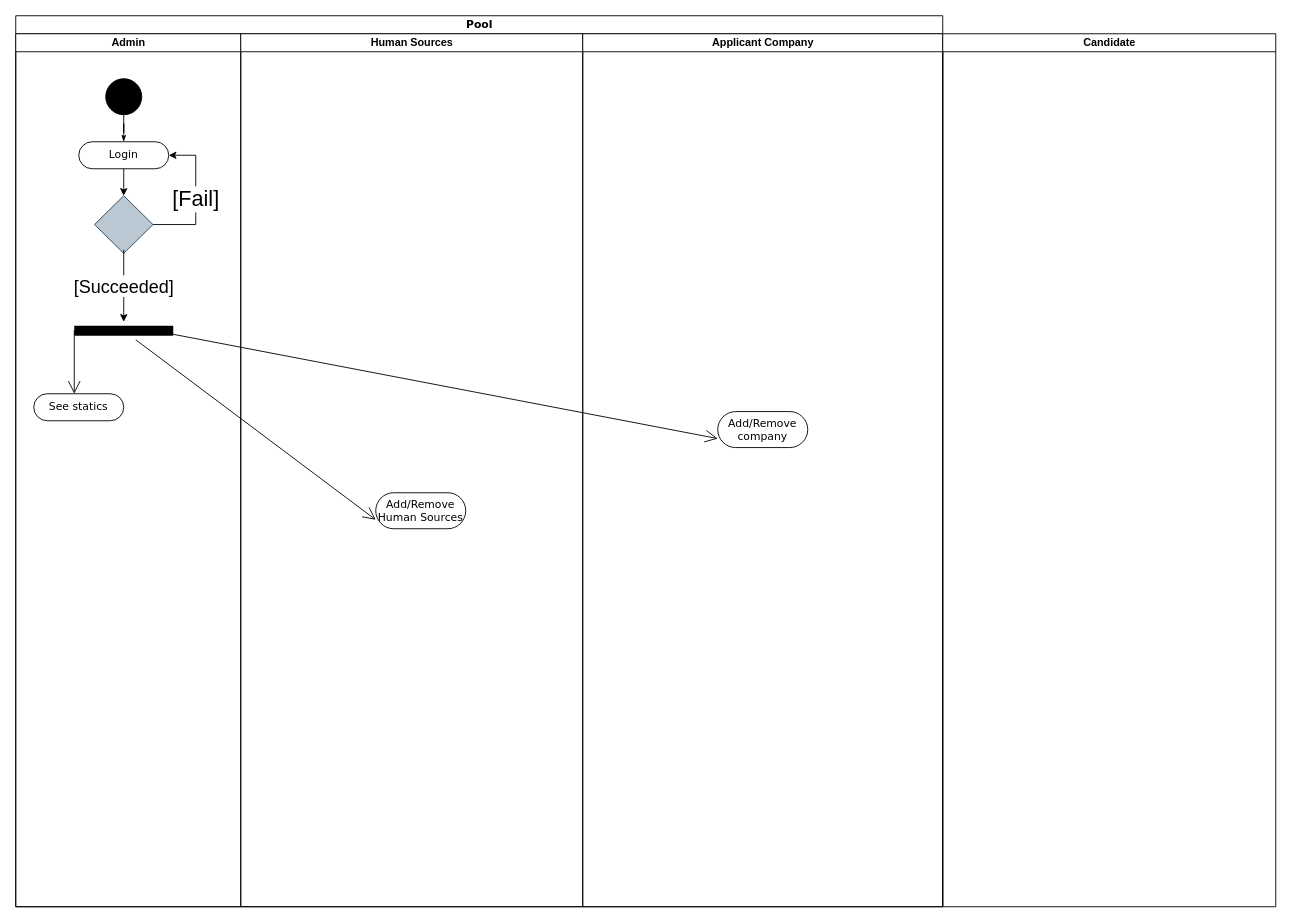
The draw.io diagram Unnecessary/Admin.drawio in sglbl/CSE-101, before the edit. Source tidied: cells renumbered, new cells numbered last; positions are measured from the earlier drawing's top-left corner, leaving out a move shared by most shapes. Both pictures are drawn from the tidied source at 90%, with x=0, y=0 at pixel (15, 15).
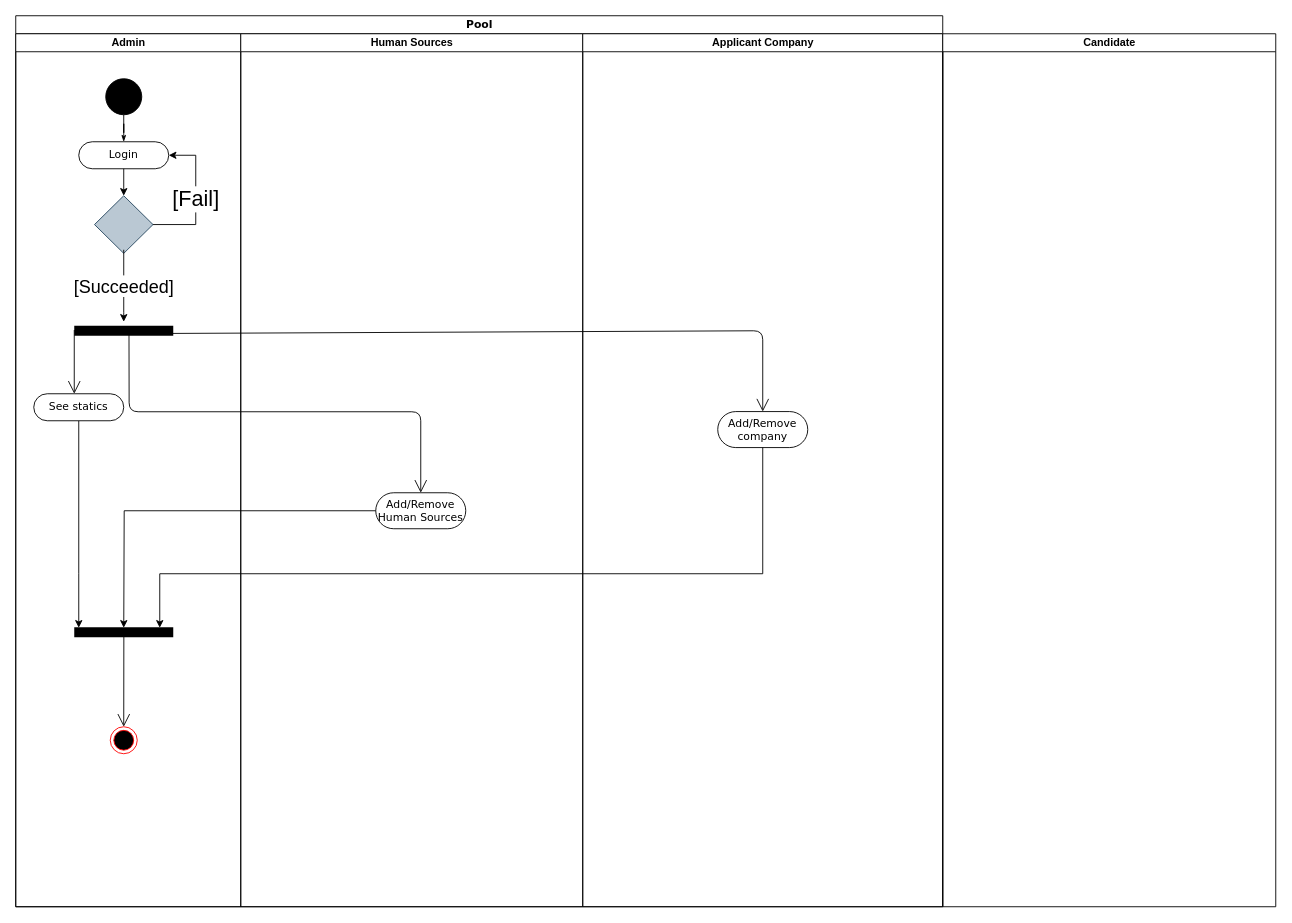
Above is the later version.

Unchanged cells that the change refers to:
```xml
<mxCell id="2" value="Pool" style="swimlane;html=1;startSize=20;rounded=0;shadow=0;comic=0;labelBackgroundColor=none;strokeWidth=1;fontFamily=Verdana;fontSize=12;align=center;" parent="1" vertex="1">
  <mxGeometry width="1030" height="990" as="geometry" />
</mxCell>
<mxCell id="3" value="Admin" style="swimlane;html=1;startSize=20;" parent="2" vertex="1">
  <mxGeometry y="20" width="250" height="970" as="geometry" />
</mxCell>
<mxCell id="9" style="line;strokeWidth=11;fillColor=none;align=left;verticalAlign=middle;spacingTop=-1;spacingLeft=3;spacingRight=3;labelPosition=right;points=[];portConstraint=eastwest;fontStyle=1;" parent="3" vertex="1">
  <mxGeometry x="65" y="320" width="110" height="20" as="geometry" />
</mxCell>
<mxCell id="11" value="See statics" style="rounded=1;whiteSpace=wrap;html=1;shadow=0;comic=0;labelBackgroundColor=none;strokeWidth=1;fontFamily=Verdana;fontSize=12;align=center;arcSize=50;" parent="3" vertex="1">
  <mxGeometry x="20" y="400" width="100" height="30" as="geometry" />
</mxCell>
<mxCell id="13" value="Add/Remove&lt;br&gt;Human Sources" style="rounded=1;whiteSpace=wrap;html=1;shadow=0;comic=0;labelBackgroundColor=none;strokeWidth=1;fontFamily=Verdana;fontSize=12;align=center;arcSize=50;" parent="12" vertex="1">
  <mxGeometry x="150" y="510" width="100" height="40" as="geometry" />
</mxCell>
<mxCell id="17" value="Add/Remove company" style="rounded=1;whiteSpace=wrap;html=1;shadow=0;comic=0;labelBackgroundColor=none;strokeWidth=1;fontFamily=Verdana;fontSize=12;align=center;arcSize=50;" parent="15" vertex="1">
  <mxGeometry x="150" y="419.8" width="100" height="40" as="geometry" />
</mxCell>
```

The edit, as a diff of the source:
```diff
@@
+    <mxCell id="23" style="edgeStyle=orthogonalEdgeStyle;rounded=0;jettySize=auto;html=1;exitX=0.5;exitY=1;exitDx=0;exitDy=0;" parent="3" edge="1" source="11" target="24">
+      <mxGeometry relative="1" as="geometry">
+        <Array as="points">
+          <mxPoint x="70" y="600" />
+          <mxPoint x="70" y="600" />
+        </Array>
+      </mxGeometry>
+    </mxCell>
@@
+    <mxCell id="24" style="line;strokeWidth=11;fillColor=none;align=left;verticalAlign=middle;spacingTop=-1;spacingLeft=3;spacingRight=3;labelPosition=right;points=[];portConstraint=eastwest;fontStyle=1;" parent="3" vertex="1">
+      <mxGeometry x="65" y="660" width="110" height="10" as="geometry" />
+    </mxCell>
+    <mxCell id="25" style="ellipse;html=1;shape=endState;fillColor=#000000;strokeColor=#ff0000;" parent="3" vertex="1">
+      <mxGeometry x="105" y="770" width="30" height="30" as="geometry" />
+    </mxCell>
+    <mxCell id="26" style="endArrow=open;endFill=1;endSize=12;html=1;entryX=0.5;entryY=0;entryDx=0;entryDy=0;exitX=0.501;exitY=0.843;exitDx=0;exitDy=0;exitPerimeter=0;" parent="3" edge="1" source="24" target="25">
+      <mxGeometry relative="1" as="geometry" />
+    </mxCell>
@@
-    <mxCell id="14" style="endArrow=open;endFill=1;endSize=12;html=1;entryX=0;entryY=0.75;entryDx=0;entryDy=0;" parent="2" edge="1" source="9" target="13">
-      <mxGeometry relative="1" as="geometry" />
+    <mxCell id="14" style="endArrow=open;endFill=1;endSize=12;html=1;entryX=0.5;entryY=0;entryDx=0;entryDy=0;exitX=0.553;exitY=0.707;exitDx=0;exitDy=0;exitPerimeter=0;" parent="2" edge="1" source="9" target="13">
+      <mxGeometry relative="1" as="geometry">
+        <Array as="points">
+          <mxPoint x="126" y="440" />
+          <mxPoint x="450" y="440" />
+        </Array>
+      </mxGeometry>
     </mxCell>
@@
-    <mxCell id="18" style="endArrow=open;endFill=1;endSize=12;html=1;entryX=0;entryY=0.75;entryDx=0;entryDy=0;" parent="2" edge="1" target="17">
+    <mxCell id="18" style="endArrow=open;endFill=1;endSize=12;html=1;entryX=0.5;entryY=0;entryDx=0;entryDy=0;" parent="2" edge="1" target="17">
       <mxGeometry relative="1" as="geometry">
         <mxPoint x="170" y="353" as="sourcePoint" />
+        <Array as="points">
+          <mxPoint x="830" y="350" />
+        </Array>
       </mxGeometry>
     </mxCell>
@@
+    <mxCell id="27" style="edgeStyle=orthogonalEdgeStyle;rounded=0;jettySize=auto;html=1;" parent="1" edge="1" source="13">
+      <mxGeometry relative="1" as="geometry">
+        <mxPoint x="120" y="680" as="targetPoint" />
+      </mxGeometry>
+    </mxCell>
+    <mxCell id="28" style="edgeStyle=orthogonalEdgeStyle;rounded=0;jettySize=auto;html=1;" parent="1" edge="1" source="17">
+      <mxGeometry relative="1" as="geometry">
+        <mxPoint x="160" y="680" as="targetPoint" />
+        <Array as="points">
+          <mxPoint x="830" y="620" />
+          <mxPoint x="160" y="620" />
+        </Array>
+      </mxGeometry>
+    </mxCell>
```
